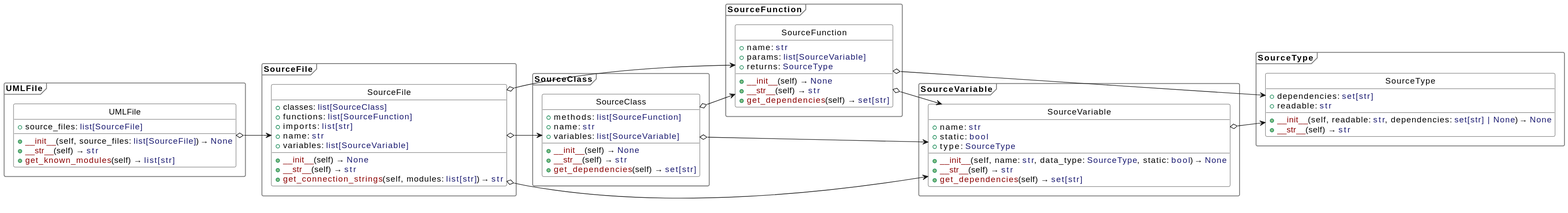
The PlantUML diagram data/uml.svg in Domi04151309/pypu, before a commit. The source it was exported from:
```plantuml
@startuml
left to right direction
skinparam packageStyle frame
skinparam packageBorderColor gray
skinparam classBackgroundColor white
skinparam objectBackgroundColor white
hide empty members
hide circle
package .SourceFile {
class SourceFile {
+ classes: <color:MidnightBlue>list[SourceClass]</color>
+ functions: <color:MidnightBlue>list[SourceFunction]</color>
+ imports: <color:MidnightBlue>list[str]</color>
+ name: <color:MidnightBlue>str</color>
+ variables: <color:MidnightBlue>list[SourceVariable]</color>
__
+ <color:DarkRed>__init__</color>(self) → <color:MidnightBlue>None</color>
+ <color:DarkRed>__str__</color>(self) → <color:MidnightBlue>str</color>
+ <color:DarkRed>get_connection_strings</color>(self, modules: <color:MidnightBlue>list[str]</color>) → <color:MidnightBlue>str</color>
}
}
package .SourceFunction {
class SourceFunction {
+ name: <color:MidnightBlue>str</color>
+ params: <color:MidnightBlue>list[SourceVariable]</color>
+ returns: <color:MidnightBlue>SourceType</color>
__
+ <color:DarkRed>__init__</color>(self) → <color:MidnightBlue>None</color>
+ <color:DarkRed>__str__</color>(self) → <color:MidnightBlue>str</color>
+ <color:DarkRed>get_dependencies</color>(self) → <color:MidnightBlue>set[str]</color>
}
}
package .SourceClass {
class SourceClass {
+ methods: <color:MidnightBlue>list[SourceFunction]</color>
+ name: <color:MidnightBlue>str</color>
+ variables: <color:MidnightBlue>list[SourceVariable]</color>
__
+ <color:DarkRed>__init__</color>(self) → <color:MidnightBlue>None</color>
+ <color:DarkRed>__str__</color>(self) → <color:MidnightBlue>str</color>
+ <color:DarkRed>get_dependencies</color>(self) → <color:MidnightBlue>set[str]</color>
}
}
package .SourceType {
class SourceType {
+ dependencies: <color:MidnightBlue>set[str]</color>
+ readable: <color:MidnightBlue>str</color>
__
+ <color:DarkRed>__init__</color>(self, readable: <color:MidnightBlue>str</color>, dependencies: <color:MidnightBlue>set[str] | None</color>) → <color:MidnightBlue>None</color>
+ <color:DarkRed>__str__</color>(self) → <color:MidnightBlue>str</color>
}
}
package .SourceVariable {
class SourceVariable {
+ name: <color:MidnightBlue>str</color>
+ static: <color:MidnightBlue>bool</color>
+ type: <color:MidnightBlue>SourceType</color>
__
+ <color:DarkRed>__init__</color>(self, name: <color:MidnightBlue>str</color>, data_type: <color:MidnightBlue>SourceType</color>, static: <color:MidnightBlue>bool</color>) → <color:MidnightBlue>None</color>
+ <color:DarkRed>__str__</color>(self) → <color:MidnightBlue>str</color>
+ <color:DarkRed>get_dependencies</color>(self) → <color:MidnightBlue>set[str]</color>
}
}
package .UMLFile {
class UMLFile {
+ source_files: <color:MidnightBlue>list[SourceFile]</color>
__
+ <color:DarkRed>__init__</color>(self, source_files: <color:MidnightBlue>list[SourceFile]</color>) → <color:MidnightBlue>None</color>
+ <color:DarkRed>__str__</color>(self) → <color:MidnightBlue>str</color>
+ <color:DarkRed>get_known_modules</color>(self) → <color:MidnightBlue>list[str]</color>
}
}
.SourceFile.SourceFile o--> .SourceClass.SourceClass
.SourceFile.SourceFile o--> .SourceVariable.SourceVariable
.SourceFile.SourceFile o--> .SourceFunction.SourceFunction
.SourceFunction.SourceFunction o--> .SourceVariable.SourceVariable
.SourceFunction.SourceFunction o--> .SourceType.SourceType
.SourceClass.SourceClass o--> .SourceVariable.SourceVariable
.SourceClass.SourceClass o--> .SourceFunction.SourceFunction
.SourceVariable.SourceVariable o--> .SourceType.SourceType
.UMLFile.UMLFile o--> .SourceFile.SourceFile
@enduml
```
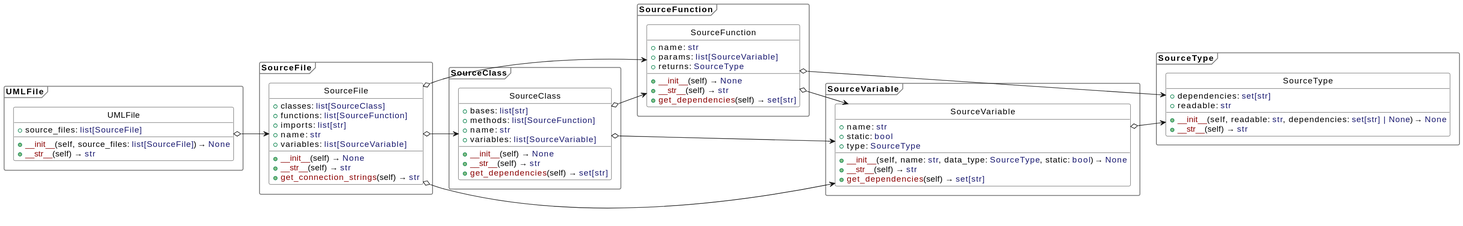
After the commit.

Diff of the diagram source:
```diff
@@ -16,7 +16,7 @@
 __
 + <color:DarkRed>__init__</color>(self) → <color:MidnightBlue>None</color>
 + <color:DarkRed>__str__</color>(self) → <color:MidnightBlue>str</color>
-+ <color:DarkRed>get_connection_strings</color>(self, modules: <color:MidnightBlue>list[str]</color>) → <color:MidnightBlue>str</color>
++ <color:DarkRed>get_connection_strings</color>(self) → <color:MidnightBlue>str</color>
 }
 }
 package .SourceFunction {
@@ -32,6 +32,7 @@
 }
 package .SourceClass {
 class SourceClass {
++ bases: <color:MidnightBlue>list[str]</color>
 + methods: <color:MidnightBlue>list[SourceFunction]</color>
 + name: <color:MidnightBlue>str</color>
 + variables: <color:MidnightBlue>list[SourceVariable]</color>
@@ -67,14 +68,13 @@
 __
 + <color:DarkRed>__init__</color>(self, source_files: <color:MidnightBlue>list[SourceFile]</color>) → <color:MidnightBlue>None</color>
 + <color:DarkRed>__str__</color>(self) → <color:MidnightBlue>str</color>
-+ <color:DarkRed>get_known_modules</color>(self) → <color:MidnightBlue>list[str]</color>
 }
 }
 .SourceFile.SourceFile o--> .SourceClass.SourceClass
 .SourceFile.SourceFile o--> .SourceVariable.SourceVariable
 .SourceFile.SourceFile o--> .SourceFunction.SourceFunction
+.SourceFunction.SourceFunction o--> .SourceType.SourceType
 .SourceFunction.SourceFunction o--> .SourceVariable.SourceVariable
-.SourceFunction.SourceFunction o--> .SourceType.SourceType
 .SourceClass.SourceClass o--> .SourceVariable.SourceVariable
 .SourceClass.SourceClass o--> .SourceFunction.SourceFunction
 .SourceVariable.SourceVariable o--> .SourceType.SourceType
```
